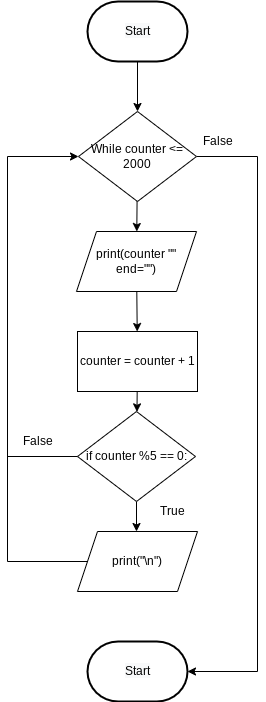
Before: flowchart.png, a diagram exported from draw.io (Huzaifa-Khalid-2/ICS3U-Unit4-07-Python). Source tidied: cells renumbered, new cells last; positions are measured from the earlier drawing's top-left corner, leaving out a move shared by most shapes.
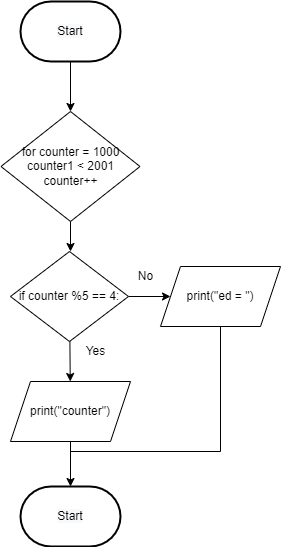
The same file after the commit.

What changed in the source:
```diff
@@ -10,65 +10,50 @@
     <mxCell id="3" value="&lt;span style=&quot;color: rgb(0, 0, 0); font-family: helvetica; font-size: 12px; font-style: normal; font-weight: 400; letter-spacing: normal; text-align: center; text-indent: 0px; text-transform: none; word-spacing: 0px; background-color: rgb(248, 249, 250); display: inline; float: none;&quot;&gt;Start&lt;/span&gt;" style="strokeWidth=2;html=1;shape=mxgraph.flowchart.terminator;whiteSpace=wrap;" parent="1" vertex="1">
       <mxGeometry x="80" width="100" height="60" as="geometry" />
     </mxCell>
-    <mxCell id="4" style="edgeStyle=none;html=1;" parent="1" edge="1" source="6" target="8">
-      <mxGeometry relative="1" as="geometry" />
+    <mxCell id="4" style="edgeStyle=none;html=1;" parent="1" edge="1" source="6">
+      <mxGeometry relative="1" as="geometry">
+        <mxPoint x="130" y="250" as="targetPoint" />
+      </mxGeometry>
     </mxCell>
-    <mxCell id="5" style="edgeStyle=elbowEdgeStyle;rounded=0;html=1;entryX=1;entryY=0.5;entryDx=0;entryDy=0;entryPerimeter=0;" parent="1" edge="1" source="6" target="18">
-      <mxGeometry relative="1" as="geometry">
-        <Array as="points">
-          <mxPoint x="250" y="439" />
-        </Array>
-      </mxGeometry>
-    </mxCell>
-    <mxCell id="6" value="While counter &amp;lt;= 2000" style="rhombus;whiteSpace=wrap;html=1;" parent="1" vertex="1">
-      <mxGeometry x="71" y="110" width="118" height="90" as="geometry" />
+    <mxCell id="6" value="for counter = 1000&lt;br&gt;counter1 &amp;lt; 2001&lt;br&gt;counter++" style="rhombus;whiteSpace=wrap;html=1;" parent="1" vertex="1">
+      <mxGeometry x="60.5" y="110" width="139" height="110" as="geometry" />
     </mxCell>
-    <mxCell id="7" style="edgeStyle=none;html=1;" parent="1" edge="1" source="8" target="10">
-      <mxGeometry relative="1" as="geometry" />
-    </mxCell>
-    <mxCell id="8" value="print(counter &quot;&quot; end=&quot;&quot;)" style="shape=parallelogram;perimeter=parallelogramPerimeter;whiteSpace=wrap;html=1;fixedSize=1;" parent="1" vertex="1">
-      <mxGeometry x="69" y="230" width="120" height="60" as="geometry" />
-    </mxCell>
-    <mxCell id="9" style="edgeStyle=none;html=1;" parent="1" edge="1" source="10" target="12">
-      <mxGeometry relative="1" as="geometry" />
-    </mxCell>
-    <mxCell id="10" value="counter = counter + 1" style="rounded=0;whiteSpace=wrap;html=1;" parent="1" vertex="1">
-      <mxGeometry x="70" y="330" width="120" height="60" as="geometry" />
-    </mxCell>
-    <mxCell id="11" style="edgeStyle=none;html=1;" parent="1" edge="1" source="12">
-      <mxGeometry relative="1" as="geometry">
-        <mxPoint x="129" y="530" as="targetPoint" />
-      </mxGeometry>
-    </mxCell>
-    <mxCell id="12" value="if counter %5 == 0:" style="rhombus;whiteSpace=wrap;html=1;" parent="1" vertex="1">
-      <mxGeometry x="70" y="410" width="118" height="90" as="geometry" />
-    </mxCell>
-    <mxCell id="13" style="edgeStyle=elbowEdgeStyle;html=1;entryX=0;entryY=0.5;entryDx=0;entryDy=0;rounded=0;" parent="1" edge="1" source="14" target="6">
-      <mxGeometry relative="1" as="geometry">
-        <Array as="points">
-          <mxPoint y="430" />
-        </Array>
-      </mxGeometry>
-    </mxCell>
+    <mxCell id="20" style="edgeStyle=none;html=1;entryX=0.5;entryY=0;entryDx=0;entryDy=0;entryPerimeter=0;" parent="1" edge="1" source="14" target="18">
+      <mxGeometry relative="1" as="geometry" />
+    </mxCell>
-    <mxCell id="14" value="print(&quot;\n&quot;)" style="shape=parallelogram;perimeter=parallelogramPerimeter;whiteSpace=wrap;html=1;fixedSize=1;" parent="1" vertex="1">
-      <mxGeometry x="70" y="530" width="120" height="60" as="geometry" />
+    <mxCell id="14" value="print(&quot;counter&quot;)" style="shape=parallelogram;perimeter=parallelogramPerimeter;whiteSpace=wrap;html=1;fixedSize=1;" parent="1" vertex="1">
+      <mxGeometry x="70" y="380" width="120" height="60" as="geometry" />
     </mxCell>
-    <mxCell id="15" style="endArrow=none;html=1;rounded=0;entryX=0;entryY=0.5;entryDx=0;entryDy=0;" parent="1" edge="1" target="12">
-      <mxGeometry relative="1" as="geometry">
-        <mxPoint y="455" as="sourcePoint" />
-      </mxGeometry>
-    </mxCell>
-    <mxCell id="16" value="False" style="text;html=1;align=center;verticalAlign=middle;strokeColor=none;fillColor=none;" parent="1" vertex="1">
-      <mxGeometry x="5" y="430" width="50" height="20" as="geometry" />
-    </mxCell>
-    <mxCell id="17" value="True" style="text;html=1;align=center;verticalAlign=middle;strokeColor=none;fillColor=none;" parent="1" vertex="1">
-      <mxGeometry x="145" y="500" width="40" height="20" as="geometry" />
-    </mxCell>
     <mxCell id="18" value="&lt;span style=&quot;color: rgb(0, 0, 0); font-family: helvetica; font-size: 12px; font-style: normal; font-weight: 400; letter-spacing: normal; text-align: center; text-indent: 0px; text-transform: none; word-spacing: 0px; background-color: rgb(248, 249, 250); display: inline; float: none;&quot;&gt;Start&lt;/span&gt;" style="strokeWidth=2;html=1;shape=mxgraph.flowchart.terminator;whiteSpace=wrap;" parent="1" vertex="1">
-      <mxGeometry x="80" y="640" width="100" height="60" as="geometry" />
+      <mxGeometry x="80" y="485" width="100" height="60" as="geometry" />
     </mxCell>
+    <mxCell id="21" style="edgeStyle=none;html=1;" parent="1" edge="1" source="19">
+      <mxGeometry relative="1" as="geometry">
+        <mxPoint x="230" y="295" as="targetPoint" />
+      </mxGeometry>
+    </mxCell>
+    <mxCell id="22" style="edgeStyle=none;html=1;" parent="1" edge="1" source="19" target="14">
+      <mxGeometry relative="1" as="geometry" />
+    </mxCell>
-    <mxCell id="19" value="False" style="text;html=1;align=center;verticalAlign=middle;points=[];strokeColor=none;fillColor=none;" parent="1" vertex="1">
-      <mxGeometry x="185" y="130" width="50" height="20" as="geometry" />
+    <mxCell id="19" value="if counter %5 == 4:" style="rhombus;whiteSpace=wrap;html=1;" parent="1" vertex="1">
+      <mxGeometry x="70" y="250" width="118" height="90" as="geometry" />
     </mxCell>
+    <mxCell id="23" value="print(&quot;ed = &quot;)" style="shape=parallelogram;perimeter=parallelogramPerimeter;whiteSpace=wrap;html=1;fixedSize=1;" parent="1" vertex="1">
+      <mxGeometry x="220" y="265" width="120" height="60" as="geometry" />
+    </mxCell>
+    <mxCell id="24" value="No" style="text;html=1;align=center;verticalAlign=middle;strokeColor=none;fillColor=none;" parent="1" vertex="1">
+      <mxGeometry x="190" y="265" width="30" height="20" as="geometry" />
+    </mxCell>
+    <mxCell id="25" value="Yes" style="text;html=1;align=center;verticalAlign=middle;strokeColor=none;fillColor=none;" parent="1" vertex="1">
+      <mxGeometry x="135" y="340" width="40" height="20" as="geometry" />
+    </mxCell>
+    <mxCell id="26" style="endArrow=none;html=1;rounded=0;entryX=0.5;entryY=1;entryDx=0;entryDy=0;edgeStyle=elbowEdgeStyle;" parent="1" edge="1" target="23">
+      <mxGeometry relative="1" as="geometry">
+        <mxPoint x="130" y="450" as="sourcePoint" />
+        <Array as="points">
+          <mxPoint x="280" y="410" />
+        </Array>
+      </mxGeometry>
+    </mxCell>
   </root>
 </mxGraphModel>
```
